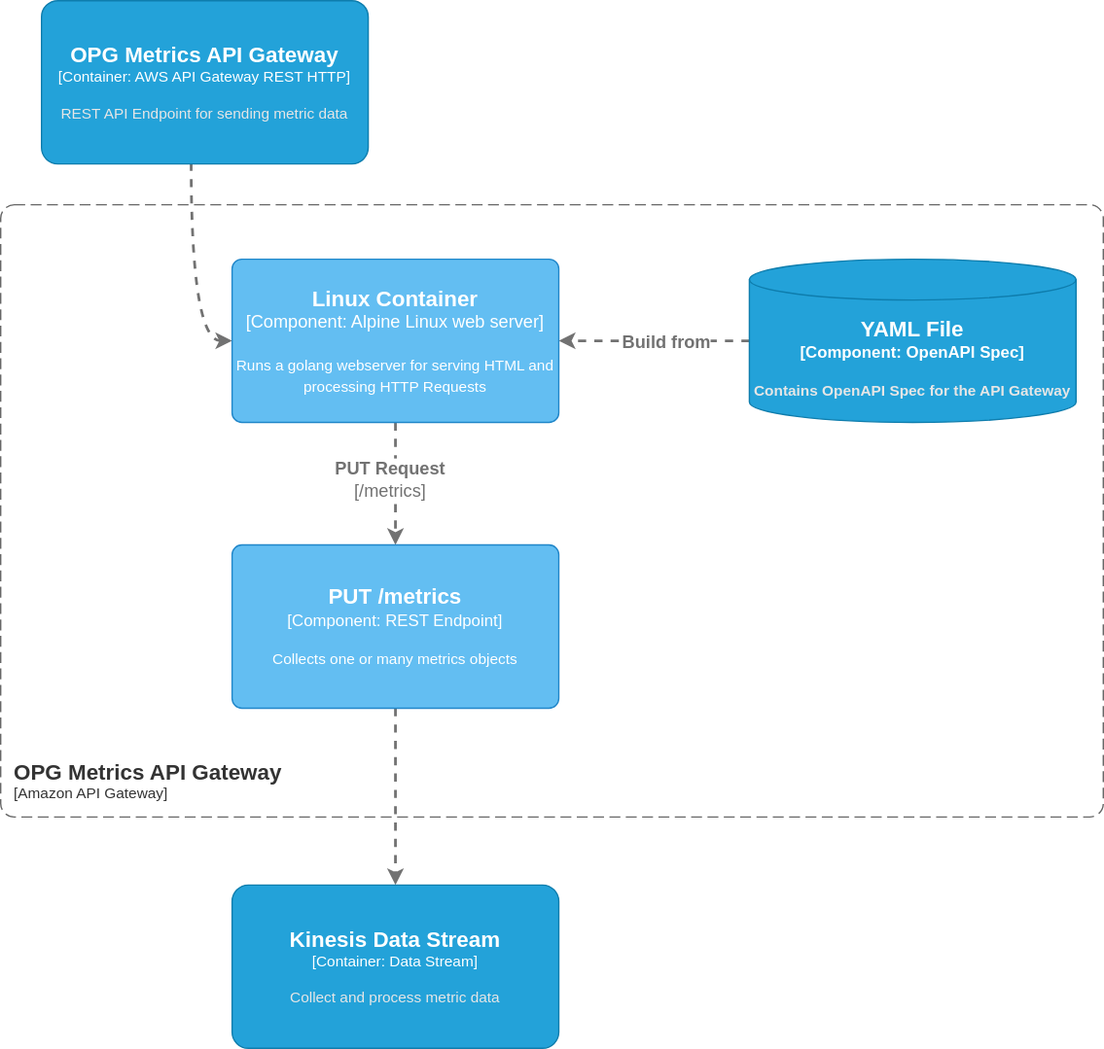
Above: docs/images/opg-metrics-c4-level3-opg-metrics-api-gateway.svg in ministryofjustice/opg-metrics (draw.io), before the change. Source tidied: cells renumbered, new cells last; positions are measured from the earlier drawing's top-left corner, leaving out a move shared by most shapes.
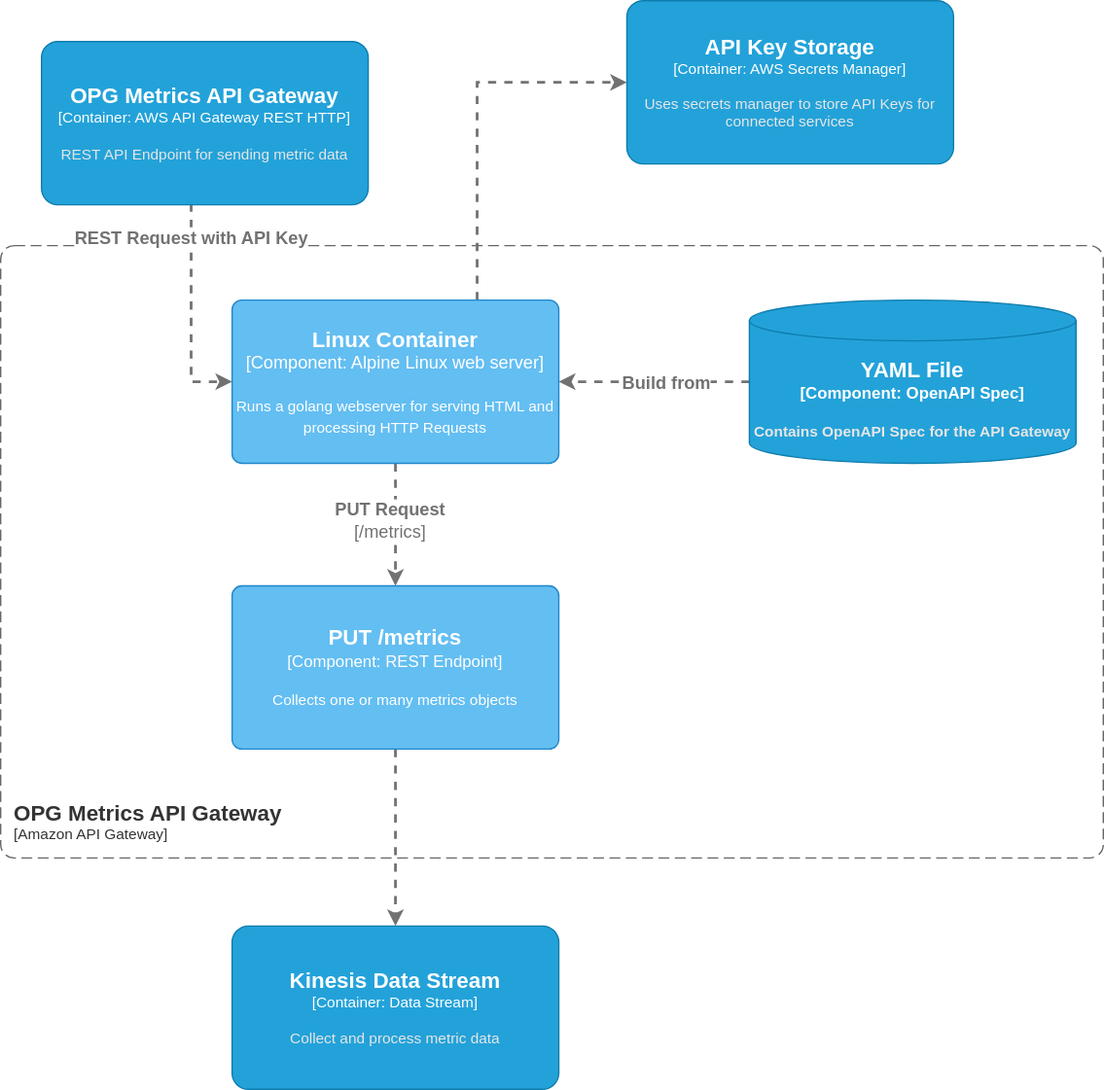
The same diagram one commit later.

Commit message:
Add AWS Secrets Manager for API Keys

Diff of the diagram source:
```diff
@@ -7,9 +7,12 @@
         <mxGeometry y="150" width="810" height="450" as="geometry" />
       </mxCell>
     </object>
-    <mxCell id="3" style="edgeStyle=orthogonalEdgeStyle;curved=1;jettySize=auto;html=1;entryX=0;entryY=0.5;entryDx=0;entryDy=0;entryPerimeter=0;dashed=1;fontSize=13;fontColor=#727272;endArrow=classic;endFill=1;strokeColor=#727272;strokeWidth=2;exitX=0.458;exitY=0.992;exitDx=0;exitDy=0;exitPerimeter=0;" parent="1" edge="1" source="8" target="7">
+    <mxCell id="3" style="edgeStyle=orthogonalEdgeStyle;jettySize=auto;html=1;entryX=0;entryY=0.5;entryDx=0;entryDy=0;entryPerimeter=0;dashed=1;fontSize=13;fontColor=#727272;endArrow=classic;endFill=1;strokeColor=#727272;strokeWidth=2;exitX=0.458;exitY=0.992;exitDx=0;exitDy=0;exitPerimeter=0;rounded=0;" parent="1" edge="1" source="8" target="7">
       <mxGeometry relative="1" as="geometry" />
     </mxCell>
+    <mxCell id="14" value="&lt;b style=&quot;font-size: 13px;&quot;&gt;REST Request with API Key&lt;br style=&quot;font-size: 13px;&quot;&gt;&lt;/b&gt;" style="edgeLabel;html=1;align=center;verticalAlign=middle;fontSize=13;fontColor=#727272;" parent="3" vertex="1">
+      <mxGeometry x="-0.7" relative="1" as="geometry" />
+    </mxCell>
     <mxCell id="4" style="edgeStyle=orthogonalEdgeStyle;curved=1;jettySize=auto;html=1;entryX=1;entryY=0.5;entryDx=0;entryDy=0;entryPerimeter=0;dashed=1;fontSize=13;fontColor=#727272;endArrow=classic;endFill=1;strokeColor=#727272;strokeWidth=2;exitX=0;exitY=0.5;exitDx=0;exitDy=0;exitPerimeter=0;" parent="1" edge="1" source="9" target="7">
       <mxGeometry relative="1" as="geometry" />
     </mxCell>
@@ -21,6 +24,13 @@
     <mxCell id="6" style="edgeStyle=orthogonalEdgeStyle;rounded=0;jettySize=auto;html=1;entryX=0.5;entryY=0;entryDx=0;entryDy=0;entryPerimeter=0;dashed=1;strokeColor=#727272;strokeWidth=2;" parent="1" edge="1" source="7" target="11">
       <mxGeometry relative="1" as="geometry" />
     </mxCell>
+    <mxCell id="15" style="edgeStyle=orthogonalEdgeStyle;rounded=0;jettySize=auto;html=1;entryX=0;entryY=0.5;entryDx=0;entryDy=0;entryPerimeter=0;dashed=1;strokeColor=#727272;strokeWidth=2;exitX=0.75;exitY=0;exitDx=0;exitDy=0;exitPerimeter=0;" parent="1" edge="1" source="7" target="16">
+      <mxGeometry relative="1" as="geometry">
+        <Array as="points">
+          <mxPoint x="350" y="30" />
+        </Array>
+      </mxGeometry>
+    </mxCell>
     <object id="7" label="&lt;font style=&quot;font-size: 16px&quot;&gt;&lt;b&gt;%c4Name%&lt;/b&gt;&lt;/font&gt;&lt;div&gt;[%c4Type%: %c4Technology%]&lt;/div&gt;&lt;br&gt;&lt;div&gt;&lt;font style=&quot;font-size: 11px&quot;&gt;%c4Description%&lt;/font&gt;&lt;/div&gt;" c4Description="Runs a golang webserver for serving HTML and processing HTTP Requests" c4Name="Linux Container" c4Technology="Alpine Linux web server" c4Type="Component" placeholders="1">
       <mxCell style="rounded=1;whiteSpace=wrap;html=1;labelBackgroundColor=none;fillColor=#63BEF2;fontColor=#ffffff;align=center;arcSize=6;strokeColor=#2086C9;points=[[0.25,0,0],[0.5,0,0],[0.75,0,0],[1,0.25,0],[1,0.5,0],[1,0.75,0],[0.75,1,0],[0.5,1,0],[0.25,1,0],[0,0.75,0],[0,0.5,0],[0,0.25,0]];fontSize=13;" parent="1" vertex="1">
         <mxGeometry x="170" y="190" width="240" height="120" as="geometry" />
@@ -54,5 +64,10 @@
         <mxGeometry x="170" y="650" width="240" height="120" as="geometry" />
       </mxCell>
     </object>
+    <object id="16" label="&lt;font style=&quot;font-size: 16px&quot;&gt;&lt;b&gt;%c4Name%&lt;/b&gt;&lt;/font&gt;&lt;div&gt;[%c4Type%: %c4Technology%]&lt;/div&gt;&lt;br&gt;&lt;div&gt;&lt;font style=&quot;font-size: 11px&quot;&gt;&lt;font color=&quot;#E6E6E6&quot;&gt;%c4Description%&lt;/font&gt;&lt;/div&gt;" c4Description="Uses secrets manager to store API Keys for connected services" c4Name="API Key Storage" c4Technology="AWS Secrets Manager" c4Type="Container" placeholders="1">
+      <mxCell style="rounded=1;whiteSpace=wrap;html=1;fontSize=11;labelBackgroundColor=none;fillColor=#23A2D9;fontColor=#ffffff;align=center;arcSize=10;strokeColor=#0E7DAD;points=[[0.25,0,0],[0.5,0,0],[0.75,0,0],[1,0.25,0],[1,0.5,0],[1,0.75,0],[0.75,1,0],[0.5,1,0],[0.25,1,0],[0,0.75,0],[0,0.5,0],[0,0.25,0]];" parent="1" vertex="1">
+        <mxGeometry x="460" y="-30" width="240" height="120" as="geometry" />
+      </mxCell>
+    </object>
   </root>
 </mxGraphModel>
```
